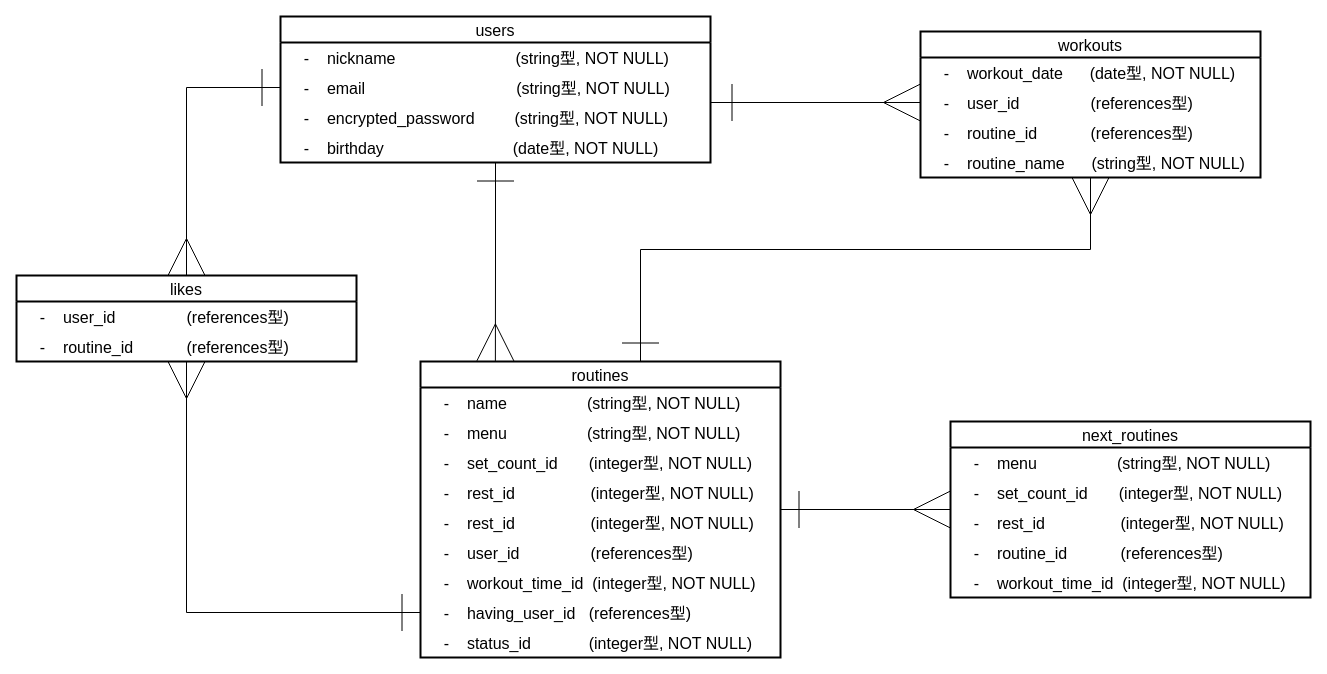
The draw.io diagram ERgraph.dio in Morlley/muscle-time-keeper, before the edit. Source tidied: cells renumbered, new cells numbered last; positions are measured from the earlier drawing's top-left corner, leaving out a move shared by most shapes. Both pictures are drawn from the tidied source at 100%, with x=0, y=0 at pixel (16, 16).
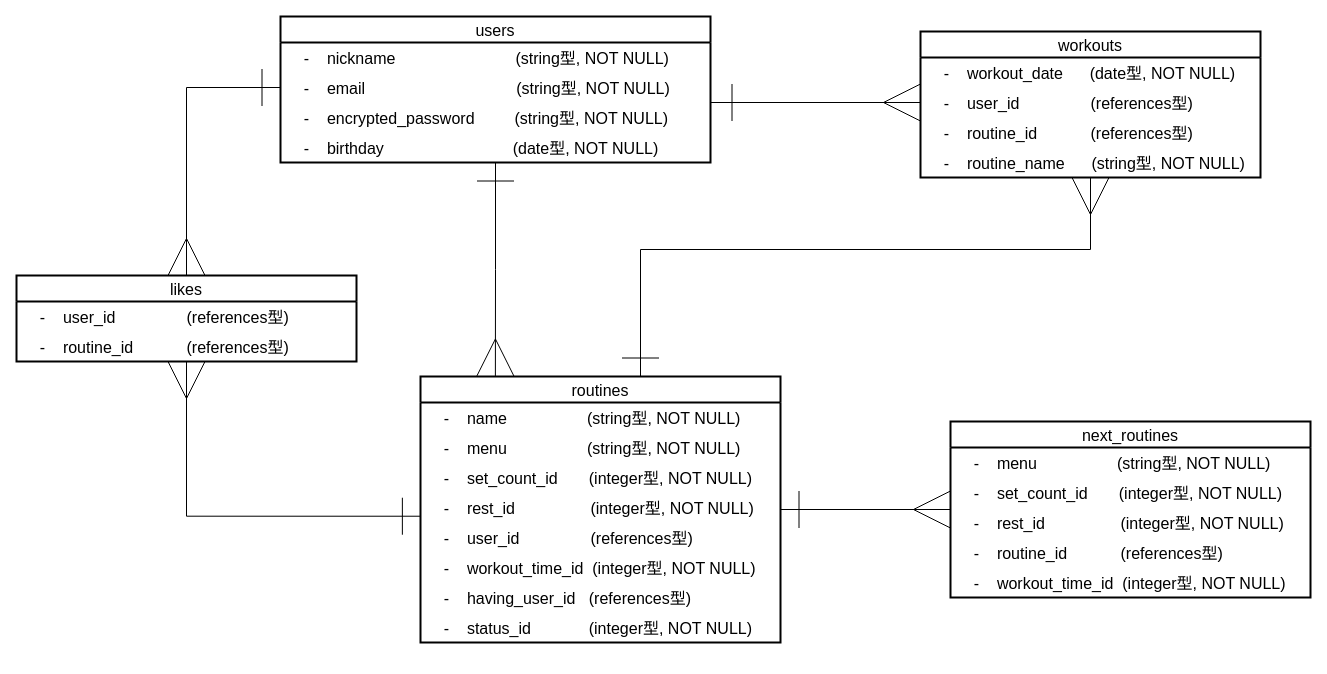
After the change.

The change refers to these unchanged cells:
```xml
<mxCell id="9" value="workouts" style="swimlane;fontStyle=0;horizontal=1;startSize=26;align=center;fontSize=16;strokeWidth=2;" parent="1" vertex="1">
  <mxGeometry x="904" y="15" width="340" height="146" as="geometry" />
</mxCell>
<mxCell id="18" value="    -    rest_id                 (integer型, NOT NULL)" style="text;strokeColor=none;fillColor=none;spacingLeft=4;spacingRight=4;overflow=hidden;points=[[0,0.5],[1,0.5]];portConstraint=eastwest;fontSize=16;strokeWidth=2;" parent="14" vertex="1">
  <mxGeometry y="116" width="360" height="30" as="geometry" />
</mxCell>
<mxCell id="32" value="likes" style="swimlane;fontStyle=0;horizontal=1;startSize=26;align=center;fontSize=16;strokeWidth=2;" parent="1" vertex="1">
  <mxGeometry y="259" width="340" height="86" as="geometry" />
</mxCell>
```

What changed in the source:
```diff
@@
     <mxCell id="8" style="edgeStyle=orthogonalEdgeStyle;rounded=0;jettySize=auto;html=1;exitX=0.5;exitY=1;exitDx=0;exitDy=0;fontSize=16;startArrow=ERmany;startFill=0;endArrow=ERone;endFill=0;startSize=35;endSize=35;targetPerimeterSpacing=0;" parent="1" edge="1" source="9">
       <mxGeometry relative="1" as="geometry">
-        <mxPoint x="624" y="345" as="targetPoint" />
+        <mxPoint x="624" y="360" as="targetPoint" />
         <Array as="points">
           <mxPoint x="1074" y="233" />
           <mxPoint x="624" y="233" />
         </Array>
       </mxGeometry>
     </mxCell>
@@
     <mxCell id="14" value="routines" style="swimlane;fontStyle=0;horizontal=1;startSize=26;align=center;fontSize=16;strokeWidth=2;" parent="1" vertex="1">
-      <mxGeometry x="404" y="345" width="360" height="296" as="geometry" />
+      <mxGeometry x="404" y="360" width="360" height="266" as="geometry" />
     </mxCell>
@@
-    <mxCell id="19" value="    -    rest_id                 (integer型, NOT NULL)" style="text;strokeColor=none;fillColor=none;spacingLeft=4;spacingRight=4;overflow=hidden;fontSize=16;strokeWidth=2;" parent="14" vertex="1">
-      <mxGeometry y="146" width="360" height="30" as="geometry" />
-    </mxCell>
     <mxCell id="20" value="    -    user_id                (references型)" style="text;strokeColor=none;fillColor=none;spacingLeft=4;spacingRight=4;overflow=hidden;fontSize=16;strokeWidth=2;" parent="14" vertex="1">
-      <mxGeometry y="176" width="360" height="30" as="geometry" />
+      <mxGeometry y="146" width="360" height="30" as="geometry" />
     </mxCell>
     <mxCell id="21" value="    -    workout_time_id  (integer型, NOT NULL)" style="text;strokeColor=none;fillColor=none;spacingLeft=4;spacingRight=4;overflow=hidden;fontSize=16;strokeWidth=2;" parent="14" vertex="1">
-      <mxGeometry y="206" width="360" height="30" as="geometry" />
+      <mxGeometry y="176" width="360" height="30" as="geometry" />
     </mxCell>
     <mxCell id="22" value="    -    having_user_id   (references型)" style="text;strokeColor=none;fillColor=none;spacingLeft=4;spacingRight=4;overflow=hidden;points=[[0,0.5],[1,0.5]];portConstraint=eastwest;fontSize=16;strokeWidth=2;" parent="14" vertex="1">
-      <mxGeometry y="236" width="360" height="30" as="geometry" />
+      <mxGeometry y="206" width="360" height="30" as="geometry" />
     </mxCell>
     <mxCell id="23" value="    -    status_id             (integer型, NOT NULL)" style="text;strokeColor=none;fillColor=none;spacingLeft=4;spacingRight=4;overflow=hidden;fontSize=16;strokeWidth=2;" parent="14" vertex="1">
-      <mxGeometry y="266" width="360" height="30" as="geometry" />
+      <mxGeometry y="236" width="360" height="30" as="geometry" />
     </mxCell>
@@
-    <mxCell id="36" style="edgeStyle=orthogonalEdgeStyle;rounded=0;jettySize=auto;html=1;exitX=0;exitY=0.5;exitDx=0;exitDy=0;entryX=0.5;entryY=1;entryDx=0;entryDy=0;startArrow=ERone;startFill=0;endArrow=ERmany;endFill=0;startSize=35;endSize=35;" parent="1" edge="1" source="22" target="32">
-      <mxGeometry relative="1" as="geometry" />
+    <mxCell id="36" style="edgeStyle=orthogonalEdgeStyle;rounded=0;jettySize=auto;html=1;entryX=0.5;entryY=1;entryDx=0;entryDy=0;startArrow=ERone;startFill=0;endArrow=ERmany;endFill=0;startSize=35;endSize=35;exitX=0.001;exitY=0.791;exitDx=0;exitDy=0;exitPerimeter=0;" parent="1" edge="1" source="18" target="32">
+      <mxGeometry relative="1" as="geometry">
+        <Array as="points">
+          <mxPoint x="170" y="500" />
+        </Array>
+      </mxGeometry>
     </mxCell>
```
